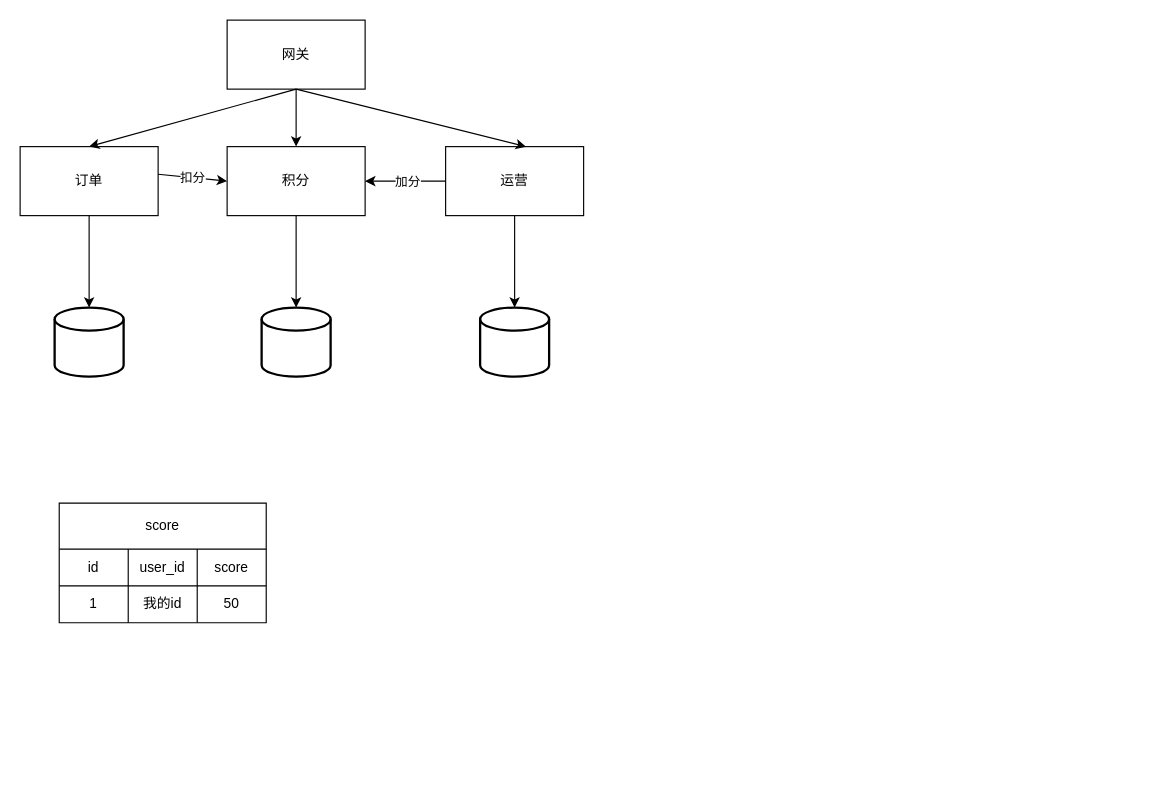
This is Untitled Diagram.drawio from hd-eujian/springboot-Jasypt, a draw.io file, before an edit. Source tidied: cells renumbered, new cells numbered last; positions are measured from the earlier drawing's top-left corner, leaving out a move shared by most shapes. Both pictures are drawn from the tidied source at 115%, with x=0, y=0 at pixel (20, 20).
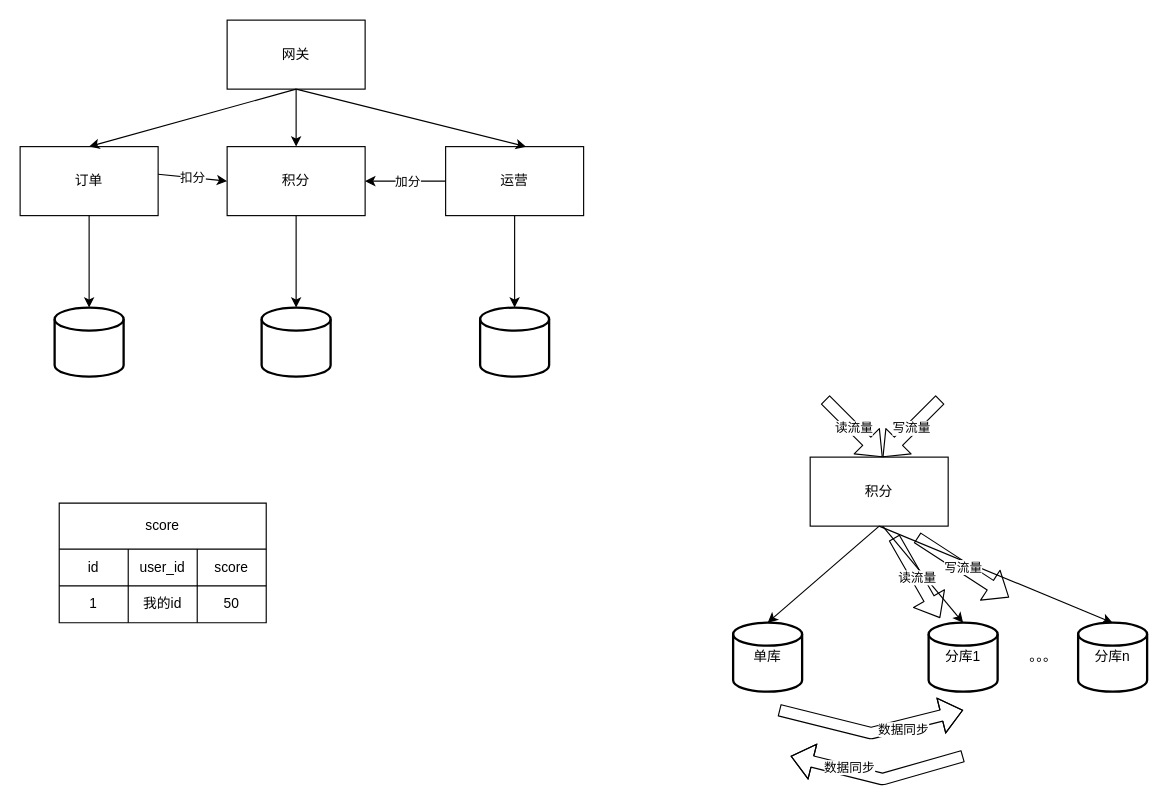
The same page after the edit.

What changed in the source:
```diff
@@
+    <mxCell id="27" value="单库" style="strokeWidth=2;html=1;shape=mxgraph.flowchart.database;whiteSpace=wrap;" parent="1" vertex="1">
+      <mxGeometry x="620" y="524" width="60" height="60" as="geometry" />
+    </mxCell>
+    <mxCell id="28" value="积分" style="rounded=0;whiteSpace=wrap;html=1;" parent="1" vertex="1">
+      <mxGeometry x="687" y="380" width="120" height="60" as="geometry" />
+    </mxCell>
+    <mxCell id="29" value="读流量" style="shape=flexArrow;endArrow=classic;html=1;" parent="1" edge="1">
+      <mxGeometry relative="1" as="geometry">
+        <mxPoint x="700" y="330" as="sourcePoint" />
+        <mxPoint x="750" y="380" as="targetPoint" />
+      </mxGeometry>
+    </mxCell>
+    <mxCell id="30" value="写流量" style="shape=flexArrow;endArrow=classic;html=1;" parent="1" edge="1">
+      <mxGeometry relative="1" as="geometry">
+        <mxPoint x="800" y="330" as="sourcePoint" />
+        <mxPoint x="750" y="380" as="targetPoint" />
+      </mxGeometry>
+    </mxCell>
+    <mxCell id="31" value="分库1" style="strokeWidth=2;html=1;shape=mxgraph.flowchart.database;whiteSpace=wrap;" parent="1" vertex="1">
+      <mxGeometry x="790" y="524" width="60" height="60" as="geometry" />
+    </mxCell>
+    <mxCell id="32" value="分库n" style="strokeWidth=2;html=1;shape=mxgraph.flowchart.database;whiteSpace=wrap;" parent="1" vertex="1">
+      <mxGeometry x="920" y="524" width="60" height="60" as="geometry" />
+    </mxCell>
+    <mxCell id="33" value="。。。" style="text;html=1;strokeColor=none;fillColor=none;align=center;verticalAlign=middle;whiteSpace=wrap;rounded=0;" parent="1" vertex="1">
+      <mxGeometry x="870" y="544" width="40" height="20" as="geometry" />
+    </mxCell>
+    <mxCell id="34" style="endArrow=classic;html=1;exitX=0.5;exitY=1;exitDx=0;exitDy=0;entryX=0.5;entryY=0;entryDx=0;entryDy=0;entryPerimeter=0;" parent="1" edge="1" source="28" target="27">
+      <mxGeometry relative="1" as="geometry" />
+    </mxCell>
+    <mxCell id="35" style="endArrow=classic;html=1;entryX=0.5;entryY=0;entryDx=0;entryDy=0;entryPerimeter=0;" parent="1" edge="1" target="31">
+      <mxGeometry relative="1" as="geometry">
+        <mxPoint x="750" y="440" as="sourcePoint" />
+      </mxGeometry>
+    </mxCell>
+    <mxCell id="36" style="endArrow=classic;html=1;entryX=0.5;entryY=0;entryDx=0;entryDy=0;entryPerimeter=0;exitX=0.5;exitY=1;exitDx=0;exitDy=0;" parent="1" edge="1" source="28" target="32">
+      <mxGeometry relative="1" as="geometry" />
+    </mxCell>
+    <mxCell id="37" style="shape=flexArrow;endArrow=classic;html=1;" parent="1" edge="1">
+      <mxGeometry relative="1" as="geometry">
+        <mxPoint x="660" y="600" as="sourcePoint" />
+        <mxPoint x="820" y="600" as="targetPoint" />
+        <Array as="points">
+          <mxPoint x="740" y="620" />
+        </Array>
+      </mxGeometry>
+    </mxCell>
+    <mxCell id="38" value="数据同步" style="edgeLabel;html=1;align=center;verticalAlign=middle;" parent="37" vertex="1">
+      <mxGeometry x="0.34" y="-3" relative="1" as="geometry" />
+    </mxCell>
+    <mxCell id="39" style="shape=flexArrow;endArrow=classic;html=1;" parent="1" edge="1">
+      <mxGeometry relative="1" as="geometry">
+        <mxPoint x="820" y="640" as="sourcePoint" />
+        <mxPoint x="670" y="640" as="targetPoint" />
+        <Array as="points">
+          <mxPoint x="750" y="660" />
+        </Array>
+      </mxGeometry>
+    </mxCell>
+    <mxCell id="40" value="数据同步" style="edgeLabel;html=1;align=center;verticalAlign=middle;" parent="39" vertex="1">
+      <mxGeometry x="0.34" y="-3" relative="1" as="geometry" />
+    </mxCell>
+    <mxCell id="41" value="读流量" style="shape=flexArrow;endArrow=classic;html=1;" parent="1" edge="1">
+      <mxGeometry relative="1" as="geometry">
+        <mxPoint x="760" y="450" as="sourcePoint" />
+        <mxPoint x="800" y="520" as="targetPoint" />
+      </mxGeometry>
+    </mxCell>
+    <mxCell id="42" value="写流量" style="shape=flexArrow;endArrow=classic;html=1;" parent="1" edge="1">
+      <mxGeometry relative="1" as="geometry">
+        <mxPoint x="780" y="450" as="sourcePoint" />
+        <mxPoint x="860" y="502" as="targetPoint" />
+      </mxGeometry>
+    </mxCell>
```
